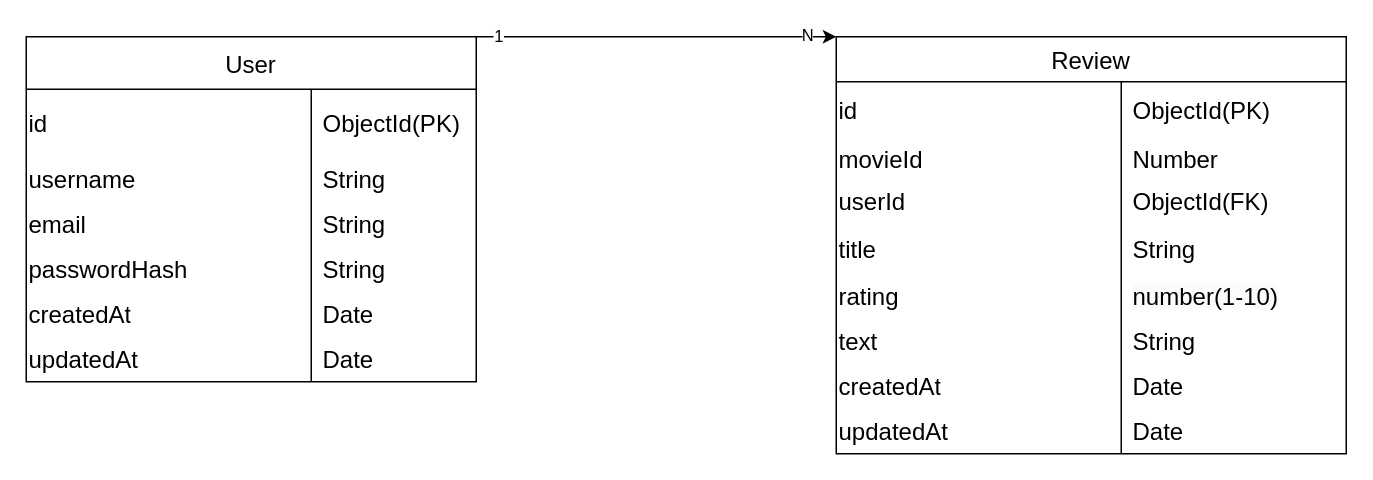
Before: src/diagrams/ER-digram.drawio in SaraM47/moviecritic-backend, a draw.io diagram. Source tidied: cells renumbered, new cells numbered last; positions are measured from the earlier drawing's top-left corner, leaving out a move shared by most shapes. Both pictures are drawn from the tidied source at 150%, with x=0, y=0 at pixel (26, 36).
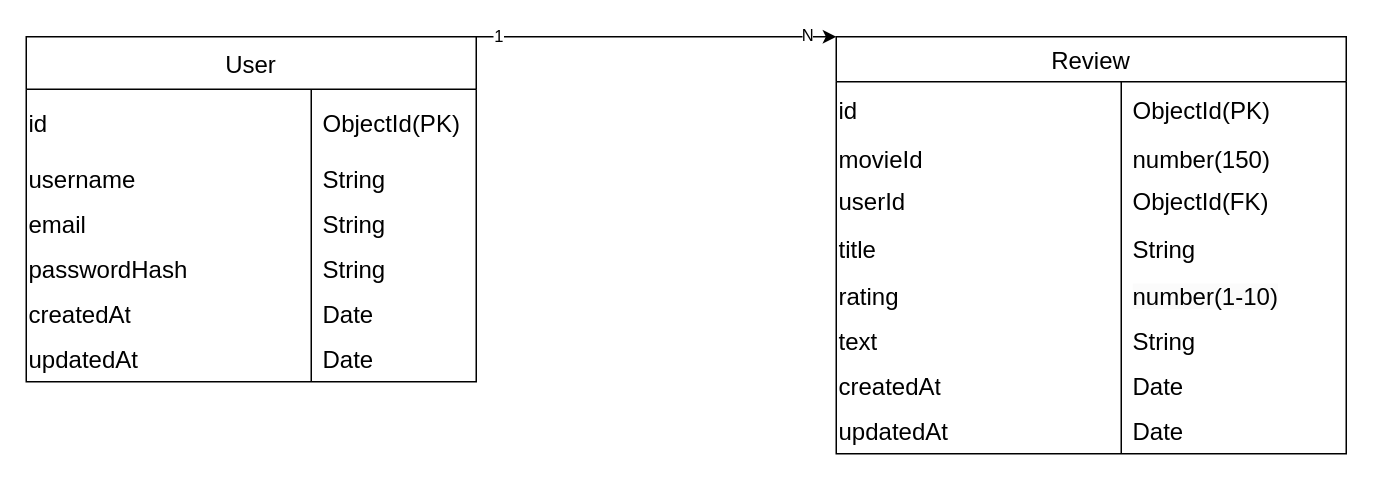
The same diagram, later.

Commit message (it also covers changes not shown here):
Had to add white bg color to make tables visible

The change refers to these unchanged cells:
```xml
<mxCell id="25" style="shape=tableRow;horizontal=0;startSize=0;swimlaneHead=0;swimlaneBody=0;top=0;left=0;bottom=0;right=0;fillColor=none;strokeColor=inherit;fontSize=16;rounded=0;" parent="21" vertex="1">
  <mxGeometry y="68" width="340" height="27" as="geometry" />
</mxCell>
```

Diff of the diagram source:
```diff
@@
-<mxGraphModel>
+<mxGraphModel background="#FFFFFF">
@@
-    <mxCell id="27" value="Number" style="shape=partialRectangle;html=1;whiteSpace=wrap;fillColor=none;top=0;left=0;bottom=0;right=0;align=left;spacingLeft=6;overflow=hidden;strokeColor=inherit;fontSize=16;rounded=0;" parent="25" vertex="1">
+    <mxCell id="27" value="number(150)" style="shape=partialRectangle;html=1;whiteSpace=wrap;fillColor=none;top=0;left=0;bottom=0;right=0;align=left;spacingLeft=6;overflow=hidden;strokeColor=inherit;fontSize=16;rounded=0;" parent="25" vertex="1">
       <mxGeometry x="190" width="150" height="27" as="geometry" />
     </mxCell>
```
